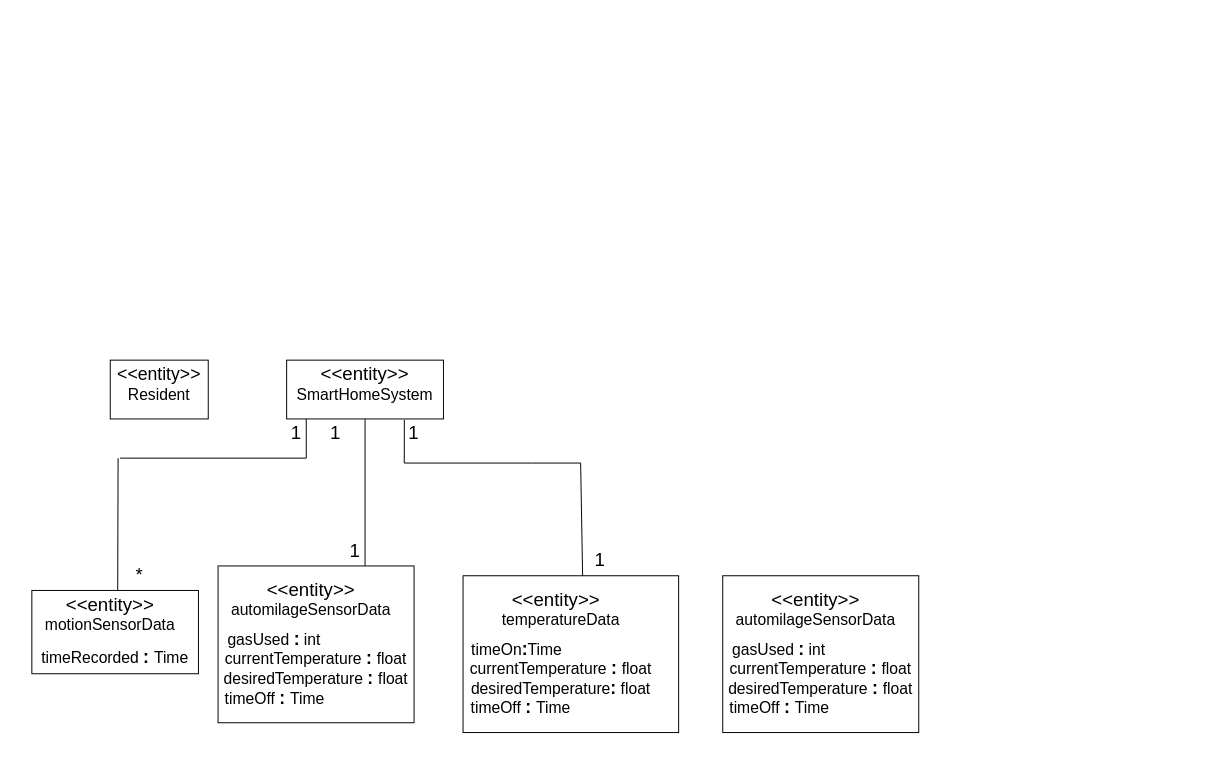
Above: entity.drawio in emmanuel-george/TestProject (draw.io), before the change. Source tidied: cells renumbered, new cells numbered last; positions are measured from the earlier drawing's top-left corner, leaving out a move shared by most shapes. Both pictures are drawn from the tidied source at 98%, with x=0, y=0 at pixel (17, 360).
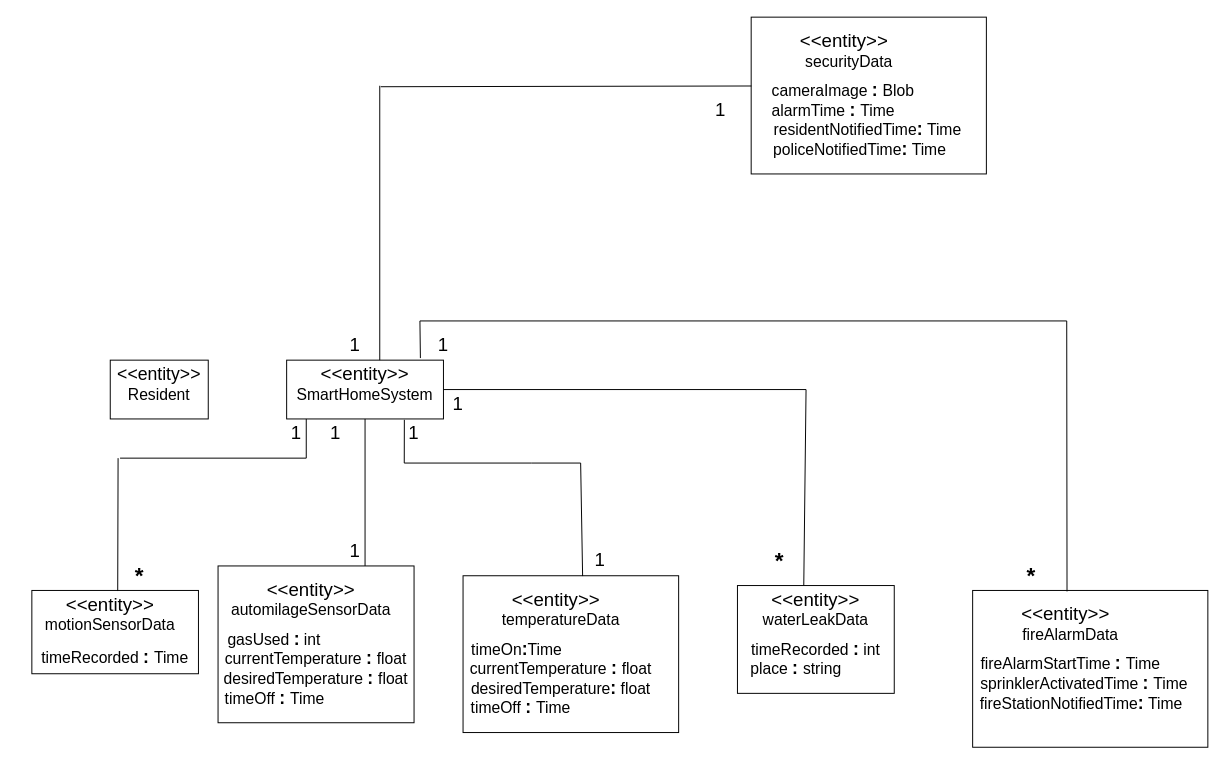
Above is the later version.

The change refers to these unchanged cells:
```xml
<mxCell id="2" style="rounded=0;whiteSpace=wrap;html=1;" parent="1" vertex="1">
  <mxGeometry x="275" width="160" height="60" as="geometry" />
</mxCell>
<mxCell id="3" value="&amp;lt;&amp;lt;entity&amp;gt;&amp;gt;" style="text;html=1;strokeColor=none;fillColor=none;align=center;verticalAlign=middle;whiteSpace=wrap;rounded=0;fontSize=19;" parent="1" vertex="1">
  <mxGeometry x="325" width="60" height="30" as="geometry" />
</mxCell>
```

The edit, as a diff of the source:
```diff
@@
-    <mxCell id="37" value="*" style="text;html=1;strokeColor=none;fillColor=none;align=center;verticalAlign=middle;whiteSpace=wrap;rounded=0;fontSize=19;" parent="1" vertex="1">
+    <mxCell id="37" value="*" style="text;html=1;strokeColor=none;fillColor=none;align=center;verticalAlign=middle;whiteSpace=wrap;rounded=0;fontSize=23;fontStyle=1;" parent="1" vertex="1">
       <mxGeometry x="95" y="205" width="60" height="30" as="geometry" />
     </mxCell>
     <mxCell id="38" style="rounded=0;whiteSpace=wrap;html=1;" parent="1" vertex="1">
-      <mxGeometry x="720" y="220" width="200" height="160" as="geometry" />
+      <mxGeometry x="735" y="230" width="160" height="110" as="geometry" />
     </mxCell>
@@
-    <mxCell id="40" value="automilageSensorData" style="text;html=1;strokeColor=none;fillColor=none;align=center;verticalAlign=middle;whiteSpace=wrap;rounded=0;fontSize=16;" parent="1" vertex="1">
+    <mxCell id="40" value="waterLeakData" style="text;html=1;strokeColor=none;fillColor=none;align=center;verticalAlign=middle;whiteSpace=wrap;rounded=0;fontSize=16;" parent="1" vertex="1">
       <mxGeometry x="785" y="250" width="60" height="30" as="geometry" />
     </mxCell>
-    <mxCell id="41" value="gasUsed &lt;b&gt;&lt;font style=&quot;font-size: 18px&quot;&gt;:&lt;/font&gt;&lt;/b&gt; int" style="text;html=1;strokeColor=none;fillColor=none;align=center;verticalAlign=middle;whiteSpace=wrap;rounded=0;fontSize=16;" parent="1" vertex="1">
-      <mxGeometry x="715" y="280" width="125" height="30" as="geometry" />
+    <mxCell id="41" value="timeRecorded&amp;nbsp;&lt;b&gt;&lt;font style=&quot;font-size: 18px&quot;&gt;:&lt;/font&gt;&lt;/b&gt; int" style="text;html=1;strokeColor=none;fillColor=none;align=center;verticalAlign=middle;whiteSpace=wrap;rounded=0;fontSize=16;" parent="1" vertex="1">
+      <mxGeometry x="715" y="280" width="200" height="30" as="geometry" />
     </mxCell>
-    <mxCell id="42" value="currentTemperature&amp;nbsp;&lt;b&gt;&lt;font style=&quot;font-size: 18px&quot;&gt;:&amp;nbsp;&lt;/font&gt;&lt;/b&gt;float" style="text;html=1;strokeColor=none;fillColor=none;align=center;verticalAlign=middle;whiteSpace=wrap;rounded=0;fontSize=16;" parent="1" vertex="1">
-      <mxGeometry x="720" y="300" width="200" height="30" as="geometry" />
+    <mxCell id="42" value="place&amp;nbsp;&lt;font style=&quot;font-weight: bold ; font-size: 18px&quot;&gt;: &lt;/font&gt;&lt;font style=&quot;font-size: 16px&quot;&gt;string&lt;/font&gt;" style="text;html=1;strokeColor=none;fillColor=none;align=center;verticalAlign=middle;whiteSpace=wrap;rounded=0;fontSize=16;" parent="1" vertex="1">
+      <mxGeometry x="695" y="300" width="200" height="30" as="geometry" />
     </mxCell>
-    <mxCell id="43" value="desiredTemperature&amp;nbsp;&lt;b&gt;&lt;font style=&quot;font-size: 18px&quot;&gt;:&amp;nbsp;&lt;/font&gt;&lt;/b&gt;float" style="text;html=1;strokeColor=none;fillColor=none;align=center;verticalAlign=middle;whiteSpace=wrap;rounded=0;fontSize=16;" parent="1" vertex="1">
-      <mxGeometry x="720" y="320" width="200" height="30" as="geometry" />
-    </mxCell>
-    <mxCell id="44" value="timeOff&amp;nbsp;&lt;b&gt;&lt;font style=&quot;font-size: 18px&quot;&gt;:&amp;nbsp;&lt;/font&gt;&lt;/b&gt;Time" style="text;html=1;strokeColor=none;fillColor=none;align=center;verticalAlign=middle;whiteSpace=wrap;rounded=0;fontSize=16;" parent="1" vertex="1">
-      <mxGeometry x="747.5" y="340" width="60" height="30" as="geometry" />
-    </mxCell>
@@
+    <mxCell id="46" style="endArrow=none;html=1;rounded=0;fontSize=16;entryX=1;entryY=0.5;entryDx=0;entryDy=0;" parent="1" edge="1" target="2">
+      <mxGeometry relative="1" as="geometry">
+        <mxPoint x="805" y="30" as="sourcePoint" />
+      </mxGeometry>
+    </mxCell>
+    <mxCell id="47" style="endArrow=none;html=1;rounded=0;fontSize=16;exitX=0.423;exitY=-0.001;exitDx=0;exitDy=0;exitPerimeter=0;" parent="1" edge="1" source="38">
+      <mxGeometry relative="1" as="geometry">
+        <mxPoint x="805" y="30" as="targetPoint" />
+      </mxGeometry>
+    </mxCell>
+    <mxCell id="48" value="1" style="text;html=1;strokeColor=none;fillColor=none;align=center;verticalAlign=middle;whiteSpace=wrap;rounded=0;fontSize=19;" parent="1" vertex="1">
+      <mxGeometry x="420" y="30" width="60" height="30" as="geometry" />
+    </mxCell>
+    <mxCell id="49" value="&lt;span style=&quot;font-size: 23px ; font-weight: 700&quot;&gt;*&lt;/span&gt;" style="text;html=1;strokeColor=none;fillColor=none;align=center;verticalAlign=middle;whiteSpace=wrap;rounded=0;fontSize=19;" parent="1" vertex="1">
+      <mxGeometry x="747.5" y="190" width="60" height="30" as="geometry" />
+    </mxCell>
+    <mxCell id="50" style="rounded=0;whiteSpace=wrap;html=1;" parent="1" vertex="1">
+      <mxGeometry x="975" y="235" width="240" height="160" as="geometry" />
+    </mxCell>
+    <mxCell id="51" value="&amp;lt;&amp;lt;entity&amp;gt;&amp;gt;" style="text;html=1;strokeColor=none;fillColor=none;align=center;verticalAlign=middle;whiteSpace=wrap;rounded=0;fontSize=19;" parent="1" vertex="1">
+      <mxGeometry x="1055" y="245" width="30" height="30" as="geometry" />
+    </mxCell>
+    <mxCell id="52" value="fireAlarmData" style="text;html=1;strokeColor=none;fillColor=none;align=center;verticalAlign=middle;whiteSpace=wrap;rounded=0;fontSize=16;" parent="1" vertex="1">
+      <mxGeometry x="1045" y="265" width="60" height="30" as="geometry" />
+    </mxCell>
+    <mxCell id="53" value="&lt;font&gt;fireAlarmStartTime&amp;nbsp;&lt;/font&gt;&lt;font style=&quot;font-weight: bold ; font-size: 18px&quot;&gt;:&amp;nbsp;&lt;/font&gt;Time" style="text;html=1;strokeColor=none;fillColor=none;align=center;verticalAlign=middle;whiteSpace=wrap;rounded=0;fontSize=16;" parent="1" vertex="1">
+      <mxGeometry x="1045" y="295" width="60" height="30" as="geometry" />
+    </mxCell>
+    <mxCell id="54" value="sprinklerActivatedTime&amp;nbsp;&lt;b&gt;&lt;font style=&quot;font-size: 18px&quot;&gt;:&amp;nbsp;&lt;/font&gt;&lt;/b&gt;Time" style="text;html=1;strokeColor=none;fillColor=none;align=center;verticalAlign=middle;whiteSpace=wrap;rounded=0;fontSize=16;" parent="1" vertex="1">
+      <mxGeometry x="989" y="315" width="200" height="30" as="geometry" />
+    </mxCell>
+    <mxCell id="55" value="&lt;font&gt;fireStationNotifiedTime&lt;/font&gt;&lt;font style=&quot;font-weight: bold ; font-size: 18px&quot;&gt;:&lt;/font&gt;&amp;nbsp;Time" style="text;html=1;strokeColor=none;fillColor=none;align=center;verticalAlign=middle;whiteSpace=wrap;rounded=0;fontSize=16;" parent="1" vertex="1">
+      <mxGeometry x="986" y="335" width="200" height="30" as="geometry" />
+    </mxCell>
+    <mxCell id="56" style="endArrow=none;html=1;rounded=0;fontSize=16;exitX=0.853;exitY=-0.035;exitDx=0;exitDy=0;exitPerimeter=0;" parent="1" edge="1" source="2">
+      <mxGeometry relative="1" as="geometry">
+        <mxPoint x="411" y="-40" as="targetPoint" />
+      </mxGeometry>
+    </mxCell>
+    <mxCell id="57" style="endArrow=none;html=1;rounded=0;fontSize=16;" parent="1" edge="1">
+      <mxGeometry relative="1" as="geometry">
+        <mxPoint x="411" y="-40" as="sourcePoint" />
+        <mxPoint x="1071" y="-40" as="targetPoint" />
+      </mxGeometry>
+    </mxCell>
+    <mxCell id="58" style="endArrow=none;html=1;rounded=0;fontSize=16;exitX=0.405;exitY=0.006;exitDx=0;exitDy=0;exitPerimeter=0;" parent="1" edge="1">
+      <mxGeometry relative="1" as="geometry">
+        <mxPoint x="1071.3" y="236" as="sourcePoint" />
+        <mxPoint x="1071" y="-40" as="targetPoint" />
+      </mxGeometry>
+    </mxCell>
+    <mxCell id="59" value="1" style="text;html=1;strokeColor=none;fillColor=none;align=center;verticalAlign=middle;whiteSpace=wrap;rounded=0;fontSize=19;" parent="1" vertex="1">
+      <mxGeometry x="405" y="-30" width="60" height="30" as="geometry" />
+    </mxCell>
+    <mxCell id="60" value="&lt;span style=&quot;font-size: 23px ; font-weight: 700&quot;&gt;*&lt;/span&gt;" style="text;html=1;strokeColor=none;fillColor=none;align=center;verticalAlign=middle;whiteSpace=wrap;rounded=0;fontSize=19;" parent="1" vertex="1">
+      <mxGeometry x="1005" y="205" width="60" height="30" as="geometry" />
+    </mxCell>
+    <mxCell id="61" style="rounded=0;whiteSpace=wrap;html=1;" parent="1" vertex="1">
+      <mxGeometry x="749" y="-350" width="240" height="160" as="geometry" />
+    </mxCell>
+    <mxCell id="62" value="&amp;lt;&amp;lt;entity&amp;gt;&amp;gt;" style="text;html=1;strokeColor=none;fillColor=none;align=center;verticalAlign=middle;whiteSpace=wrap;rounded=0;fontSize=19;" parent="1" vertex="1">
+      <mxGeometry x="829" y="-340" width="30" height="30" as="geometry" />
+    </mxCell>
+    <mxCell id="63" value="securityData&lt;br&gt;" style="text;html=1;strokeColor=none;fillColor=none;align=center;verticalAlign=middle;whiteSpace=wrap;rounded=0;fontSize=16;" parent="1" vertex="1">
+      <mxGeometry x="819" y="-320" width="60" height="30" as="geometry" />
+    </mxCell>
+    <mxCell id="64" value="&lt;font&gt;cameraImage&amp;nbsp;&lt;/font&gt;&lt;font style=&quot;font-weight: bold ; font-size: 18px&quot;&gt;: &lt;/font&gt;&lt;font style=&quot;font-size: 16px&quot;&gt;Blob&lt;/font&gt;" style="text;html=1;strokeColor=none;fillColor=none;align=center;verticalAlign=middle;whiteSpace=wrap;rounded=0;fontSize=16;" parent="1" vertex="1">
+      <mxGeometry x="760" y="-290" width="166" height="30" as="geometry" />
+    </mxCell>
+    <mxCell id="65" value="alarmTime&amp;nbsp;&lt;b&gt;&lt;font style=&quot;font-size: 18px&quot;&gt;:&amp;nbsp;&lt;/font&gt;&lt;/b&gt;Time" style="text;html=1;strokeColor=none;fillColor=none;align=center;verticalAlign=middle;whiteSpace=wrap;rounded=0;fontSize=16;" parent="1" vertex="1">
+      <mxGeometry x="733" y="-270" width="200" height="30" as="geometry" />
+    </mxCell>
+    <mxCell id="66" value="&lt;font&gt;residentNotifiedTime&lt;/font&gt;&lt;font style=&quot;font-weight: bold ; font-size: 18px&quot;&gt;:&lt;/font&gt;&amp;nbsp;Time" style="text;html=1;strokeColor=none;fillColor=none;align=center;verticalAlign=middle;whiteSpace=wrap;rounded=0;fontSize=16;" parent="1" vertex="1">
+      <mxGeometry x="768" y="-250" width="200" height="30" as="geometry" />
+    </mxCell>
+    <mxCell id="67" style="endArrow=none;html=1;rounded=0;fontSize=16;exitX=0.75;exitY=0;exitDx=0;exitDy=0;" parent="1" edge="1" source="3">
+      <mxGeometry relative="1" as="geometry">
+        <mxPoint x="370" y="-280" as="targetPoint" />
+      </mxGeometry>
+    </mxCell>
+    <mxCell id="68" style="endArrow=none;html=1;rounded=0;fontSize=16;entryX=0.001;entryY=0.439;entryDx=0;entryDy=0;entryPerimeter=0;" parent="1" edge="1" target="61">
+      <mxGeometry relative="1" as="geometry">
+        <mxPoint x="371" y="-279" as="sourcePoint" />
+      </mxGeometry>
+    </mxCell>
+    <mxCell id="69" value="1" style="text;html=1;strokeColor=none;fillColor=none;align=center;verticalAlign=middle;whiteSpace=wrap;rounded=0;fontSize=19;" parent="1" vertex="1">
+      <mxGeometry x="687.5" y="-270" width="60" height="30" as="geometry" />
+    </mxCell>
+    <mxCell id="70" value="1" style="text;html=1;strokeColor=none;fillColor=none;align=center;verticalAlign=middle;whiteSpace=wrap;rounded=0;fontSize=19;" parent="1" vertex="1">
+      <mxGeometry x="315" y="-30" width="60" height="30" as="geometry" />
+    </mxCell>
+    <mxCell id="71" value="&lt;font&gt;policeNotifiedTime&lt;/font&gt;&lt;font style=&quot;font-weight: bold ; font-size: 18px&quot;&gt;:&lt;/font&gt;&amp;nbsp;Time" style="text;html=1;strokeColor=none;fillColor=none;align=center;verticalAlign=middle;whiteSpace=wrap;rounded=0;fontSize=16;" parent="1" vertex="1">
+      <mxGeometry x="760" y="-230" width="200" height="30" as="geometry" />
+    </mxCell>
```
